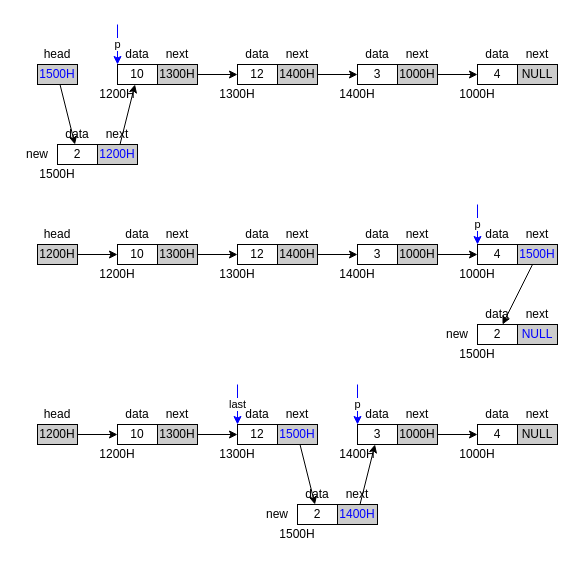
Before: page "8" (9 of 11) of images/c-struct-list.drawio in cs-course/marp-public, a draw.io diagram. Source tidied: cells renumbered, new cells numbered last; positions are measured from the earlier drawing's top-left corner, leaving out a move shared by most shapes. Both pictures are drawn from the tidied source at 100%, with x=0, y=0 at pixel (17, 24).
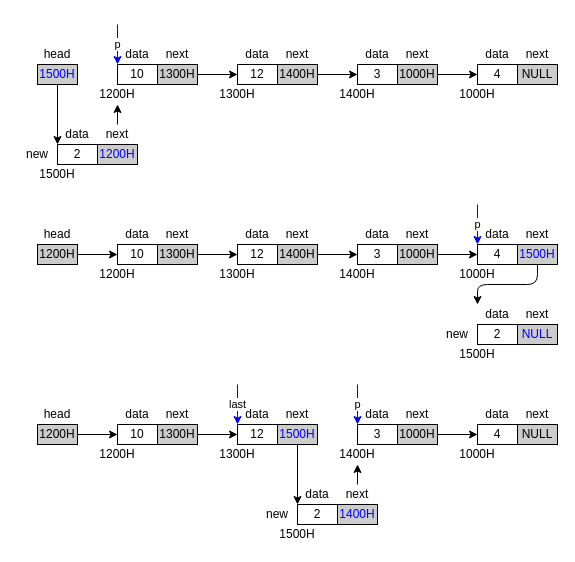
Above is the later version.

The change refers to these unchanged cells:
```xml
<mxCell id="3" value="10" style="rounded=0;whiteSpace=wrap;html=1;" parent="1" vertex="1">
  <mxGeometry x="100" y="40" width="40" height="20" as="geometry" />
</mxCell>
<mxCell id="13" value="1500H" style="rounded=0;whiteSpace=wrap;html=1;fillColor=#CCCCCC;fontColor=#0000FF;" parent="1" vertex="1">
  <mxGeometry x="20" y="40" width="40" height="20" as="geometry" />
</mxCell>
<mxCell id="31" value="&lt;font color=&quot;#0000ff&quot;&gt;1500H&lt;/font&gt;" style="rounded=0;whiteSpace=wrap;html=1;fillColor=#CCCCCC;" parent="1" vertex="1">
  <mxGeometry x="260" y="400" width="40" height="20" as="geometry" />
</mxCell>
<mxCell id="40" value="3" style="rounded=0;whiteSpace=wrap;html=1;" parent="1" vertex="1">
  <mxGeometry x="340" y="400" width="40" height="20" as="geometry" />
</mxCell>
<mxCell id="51" value="1400H" style="rounded=0;whiteSpace=wrap;html=1;fillColor=#CCCCCC;fontColor=#0000FF;" parent="1" vertex="1">
  <mxGeometry x="320" y="480" width="40" height="20" as="geometry" />
</mxCell>
<mxCell id="52" value="2" style="rounded=0;whiteSpace=wrap;html=1;" parent="1" vertex="1">
  <mxGeometry x="280" y="480" width="40" height="20" as="geometry" />
</mxCell>
<mxCell id="55" value="1400H" style="text;html=1;strokeColor=none;fillColor=none;align=center;verticalAlign=middle;whiteSpace=wrap;rounded=0;" parent="1" vertex="1">
  <mxGeometry x="320" y="420" width="40" height="20" as="geometry" />
</mxCell>
<mxCell id="60" value="data" style="text;html=1;strokeColor=none;fillColor=none;align=center;verticalAlign=middle;whiteSpace=wrap;rounded=0;" parent="1" vertex="1">
  <mxGeometry x="280" y="460" width="40" height="20" as="geometry" />
</mxCell>
<mxCell id="61" value="next" style="text;html=1;strokeColor=none;fillColor=none;align=center;verticalAlign=middle;whiteSpace=wrap;rounded=0;" parent="1" vertex="1">
  <mxGeometry x="320" y="460" width="40" height="20" as="geometry" />
</mxCell>
<mxCell id="62" value="1200H" style="rounded=0;whiteSpace=wrap;html=1;fillColor=#CCCCCC;fontColor=#0000FF;" parent="1" vertex="1">
  <mxGeometry x="80" y="120" width="40" height="20" as="geometry" />
</mxCell>
<mxCell id="63" value="2" style="rounded=0;whiteSpace=wrap;html=1;" parent="1" vertex="1">
  <mxGeometry x="40" y="120" width="40" height="20" as="geometry" />
</mxCell>
<mxCell id="68" value="1200H" style="text;html=1;strokeColor=none;fillColor=none;align=center;verticalAlign=middle;whiteSpace=wrap;rounded=0;" parent="1" vertex="1">
  <mxGeometry x="80" y="60" width="40" height="20" as="geometry" />
</mxCell>
<mxCell id="69" value="data" style="text;html=1;strokeColor=none;fillColor=none;align=center;verticalAlign=middle;whiteSpace=wrap;rounded=0;" parent="1" vertex="1">
  <mxGeometry x="40" y="100" width="40" height="20" as="geometry" />
</mxCell>
<mxCell id="70" value="next" style="text;html=1;strokeColor=none;fillColor=none;align=center;verticalAlign=middle;whiteSpace=wrap;rounded=0;" parent="1" vertex="1">
  <mxGeometry x="80" y="100" width="40" height="20" as="geometry" />
</mxCell>
<mxCell id="84" value="&lt;span style=&quot;color: rgb(0, 0, 255);&quot;&gt;1500H&lt;/span&gt;" style="rounded=0;whiteSpace=wrap;html=1;fillColor=#CCCCCC;" parent="1" vertex="1">
  <mxGeometry x="500" y="220" width="40" height="20" as="geometry" />
</mxCell>
<mxCell id="94" value="2" style="rounded=0;whiteSpace=wrap;html=1;" parent="1" vertex="1">
  <mxGeometry x="460" y="300" width="40" height="20" as="geometry" />
</mxCell>
<mxCell id="100" value="data" style="text;html=1;strokeColor=none;fillColor=none;align=center;verticalAlign=middle;whiteSpace=wrap;rounded=0;" parent="1" vertex="1">
  <mxGeometry x="460" y="280" width="40" height="20" as="geometry" />
</mxCell>
```

What changed in the source:
```diff
@@
-    <mxCell id="12" style="endArrow=classic;html=1;" parent="1" edge="1" source="13" target="63">
+    <mxCell id="12" style="endArrow=classic;html=1;entryX=0;entryY=1;entryDx=0;entryDy=0;" parent="1" edge="1" source="13" target="69">
       <mxGeometry relative="1" as="geometry" />
     </mxCell>
@@
-    <mxCell id="58" style="endArrow=classic;html=1;" parent="1" edge="1" source="31" target="52">
+    <mxCell id="58" style="endArrow=classic;html=1;entryX=0;entryY=1;entryDx=0;entryDy=0;" parent="1" edge="1" source="31" target="60">
       <mxGeometry relative="1" as="geometry" />
     </mxCell>
-    <mxCell id="59" style="endArrow=classic;html=1;" parent="1" edge="1" source="51" target="40">
+    <mxCell id="59" style="endArrow=classic;html=1;" parent="1" edge="1" source="61" target="55">
       <mxGeometry relative="1" as="geometry" />
     </mxCell>
@@
-    <mxCell id="67" style="endArrow=classic;html=1;" parent="1" edge="1" source="62" target="3">
+    <mxCell id="67" style="endArrow=classic;html=1;" parent="1" edge="1" source="70" target="68">
       <mxGeometry relative="1" as="geometry" />
     </mxCell>
@@
-    <mxCell id="98" style="endArrow=classic;html=1;" parent="1" edge="1" source="84" target="94">
+    <mxCell id="98" style="endArrow=classic;html=1;entryX=0;entryY=0;entryDx=0;entryDy=0;edgeStyle=orthogonalEdgeStyle;" parent="1" edge="1" source="84" target="100">
       <mxGeometry relative="1" as="geometry" />
     </mxCell>
```
